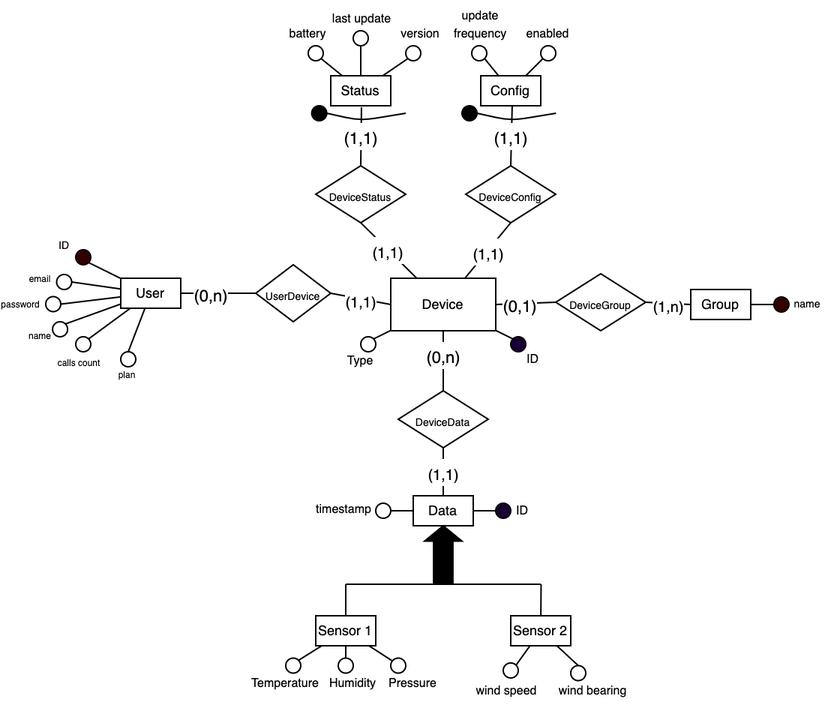
This is documentation/database/er_diagram.png from lucamoroz/iot-dashboard, a draw.io export, as it was before one commit. Source tidied: cells renumbered, new cells last; positions are measured from the earlier drawing's top-left corner, leaving out a move shared by most shapes.
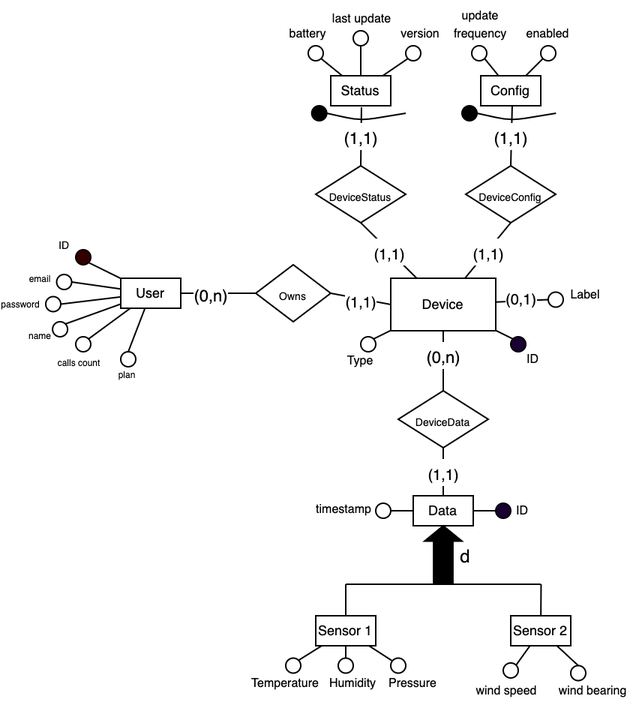
After the change.

What changed in the source:
```diff
@@ -5,7 +5,7 @@
     <mxCell id="2" value="User" style="text;align=center;verticalAlign=middle;spacingLeft=4;spacingRight=4;strokeColor=#000000;fillColor=#ffffff;points=[[0,0.5],[1,0.5]];portConstraint=eastwest;fontSize=9;" parent="1" vertex="1">
       <mxGeometry x="80" y="185" width="40" height="20" as="geometry" />
     </mxCell>
-    <mxCell id="3" value="&lt;font style=&quot;font-size: 7px&quot;&gt;UserDevice&lt;/font&gt;" style="shape=rhombus;strokeWidth=1;fontSize=12;perimeter=rhombusPerimeter;whiteSpace=wrap;html=1;align=center;" parent="1" vertex="1">
+    <mxCell id="3" value="&lt;font style=&quot;font-size: 7px&quot;&gt;Owns&lt;/font&gt;" style="shape=rhombus;strokeWidth=1;fontSize=12;perimeter=rhombusPerimeter;whiteSpace=wrap;html=1;align=center;" parent="1" vertex="1">
       <mxGeometry x="170" y="176" width="50" height="38" as="geometry" />
     </mxCell>
     <mxCell id="4" value="&lt;font style=&quot;font-size: 10px&quot;&gt;(1,1)&lt;/font&gt;" style="endArrow=none;html=1;fontSize=15;exitX=1;exitY=0.5;entryX=0;entryY=0.5;entryDx=0;entryDy=0;" parent="1" edge="1" source="3" target="7">
@@ -32,9 +32,6 @@
     <mxCell id="10" value="Data" style="text;align=center;verticalAlign=middle;spacingLeft=4;spacingRight=4;strokeColor=#000000;fillColor=#ffffff;points=[[0,0.5],[1,0.5]];portConstraint=eastwest;fontSize=9;" parent="1" vertex="1">
       <mxGeometry x="275" y="330" width="40" height="20" as="geometry" />
     </mxCell>
-    <mxCell id="11" value="Group" style="text;align=center;verticalAlign=middle;spacingLeft=4;spacingRight=4;strokeColor=#000000;fillColor=#ffffff;points=[[0,0.5],[1,0.5]];portConstraint=eastwest;fontSize=9;" parent="1" vertex="1">
-      <mxGeometry x="460" y="192.5" width="40" height="20" as="geometry" />
-    </mxCell>
     <mxCell id="12" value="&lt;font style=&quot;font-size: 7px&quot;&gt;DeviceStatus&lt;/font&gt;" style="shape=rhombus;strokeWidth=1;fontSize=12;perimeter=rhombusPerimeter;whiteSpace=wrap;html=1;align=center;" parent="1" vertex="1">
       <mxGeometry x="210" y="110" width="60" height="38" as="geometry" />
     </mxCell>
@@ -47,21 +44,12 @@
     <mxCell id="15" value="&lt;font style=&quot;font-size: 7px&quot;&gt;DeviceConfig&lt;/font&gt;" style="shape=rhombus;strokeWidth=1;fontSize=12;perimeter=rhombusPerimeter;whiteSpace=wrap;html=1;align=center;" parent="1" vertex="1">
       <mxGeometry x="310" y="110" width="60" height="38" as="geometry" />
     </mxCell>
-    <mxCell id="16" value="&lt;font style=&quot;font-size: 10px&quot;&gt;(1,1)&lt;/font&gt;" style="endArrow=none;html=1;fontSize=15;exitX=0.5;exitY=1;exitDx=0;exitDy=0;" parent="1" edge="1" source="15" target="7">
+    <mxCell id="16" value="&lt;span style=&quot;font-size: 10px&quot;&gt;(1,1)&lt;/span&gt;" style="endArrow=none;html=1;fontSize=15;exitX=0.5;exitY=1;exitDx=0;exitDy=0;" parent="1" edge="1" source="15" target="7">
       <mxGeometry relative="1" as="geometry" />
     </mxCell>
     <mxCell id="17" value="&lt;font style=&quot;font-size: 11px&quot;&gt;(1,1)&lt;/font&gt;" style="endArrow=none;html=1;fontSize=15;rounded=0;strokeColor=#000000;entryX=0.5;entryY=0;exitX=0.524;exitY=1.024;exitDx=0;exitDy=0;entryDx=0;entryDy=0;exitPerimeter=0;" parent="1" edge="1" source="9" target="15">
       <mxGeometry x="-0.01" relative="1" as="geometry" />
     </mxCell>
-    <mxCell id="18" value="&lt;font style=&quot;font-size: 7px&quot;&gt;DeviceGroup&lt;/font&gt;" style="shape=rhombus;strokeWidth=1;fontSize=12;perimeter=rhombusPerimeter;whiteSpace=wrap;html=1;align=center;" parent="1" vertex="1">
-      <mxGeometry x="370" y="182" width="60" height="38" as="geometry" />
-    </mxCell>
-    <mxCell id="19" value="&lt;font style=&quot;font-size: 10px&quot;&gt;(1,n)&lt;/font&gt;" style="endArrow=none;html=1;fontSize=15;exitX=1;exitY=0.5;exitDx=0;exitDy=0;entryX=0;entryY=0.5;entryDx=0;entryDy=0;" parent="1" edge="1" source="18" target="11">
-      <mxGeometry relative="1" as="geometry" />
-    </mxCell>
-    <mxCell id="20" value="&lt;font style=&quot;font-size: 11px&quot;&gt;(0,1)&lt;/font&gt;" style="endArrow=none;html=1;fontSize=15;rounded=0;strokeColor=#000000;entryX=0;entryY=0.5;exitX=1;exitY=0.5;exitDx=0;exitDy=0;entryDx=0;entryDy=0;" parent="1" edge="1" source="7" target="18">
-      <mxGeometry x="-0.2" relative="1" as="geometry" />
-    </mxCell>
     <mxCell id="21" style="endArrow=none;html=1;fontSize=15;curved=1;" parent="1" edge="1">
       <mxGeometry relative="1" as="geometry">
         <mxPoint x="310" y="257" as="sourcePoint" />
@@ -201,15 +189,6 @@
     <mxCell id="63" value="&lt;font style=&quot;font-size: 8px&quot;&gt;wind bearing&lt;/font&gt;" style="text;html=1;strokeColor=none;fillColor=none;align=center;verticalAlign=middle;whiteSpace=wrap;rounded=0;fontSize=10;" parent="1" vertex="1">
       <mxGeometry x="370" y="448.2" width="50" height="20" as="geometry" />
     </mxCell>
-    <mxCell id="64" style="ellipse;whiteSpace=wrap;html=1;fontSize=17;fillColor=#330000;" parent="1" vertex="1">
-      <mxGeometry x="515.5" y="197.5" width="10" height="10" as="geometry" />
-    </mxCell>
-    <mxCell id="65" style="endArrow=none;html=1;fontSize=17;entryX=0;entryY=0.5;entryDx=0;entryDy=0;" parent="1" edge="1" source="11" target="64">
-      <mxGeometry relative="1" as="geometry" />
-    </mxCell>
-    <mxCell id="66" value="&lt;span style=&quot;font-size: 7px&quot;&gt;name&lt;/span&gt;" style="text;html=1;strokeColor=none;fillColor=none;align=center;verticalAlign=middle;whiteSpace=wrap;rounded=0;fontSize=10;" parent="1" vertex="1">
-      <mxGeometry x="520" y="195" width="36.4" height="10" as="geometry" />
-    </mxCell>
     <mxCell id="67" style="endArrow=none;html=1;fontSize=17;exitX=1;exitY=1;exitDx=0;exitDy=0;" parent="1" edge="1" source="68" target="8">
       <mxGeometry relative="1" as="geometry" />
     </mxCell>
@@ -313,5 +292,20 @@
         </Array>
       </mxGeometry>
     </mxCell>
+    <mxCell id="98" style="endArrow=none;html=1;fontSize=17;exitX=0;exitY=0.5;exitDx=0;exitDy=0;" parent="1" edge="1" source="99" target="7">
+      <mxGeometry relative="1" as="geometry" />
+    </mxCell>
+    <mxCell id="99" style="ellipse;whiteSpace=wrap;html=1;fontSize=17;fillColor=none;" parent="1" vertex="1">
+      <mxGeometry x="365" y="194.2" width="10" height="10" as="geometry" />
+    </mxCell>
+    <mxCell id="100" value="&lt;font style=&quot;font-size: 8px&quot;&gt;Label&lt;/font&gt;" style="text;html=1;strokeColor=none;fillColor=none;align=center;verticalAlign=middle;whiteSpace=wrap;rounded=0;fontSize=10;" parent="1" vertex="1">
+      <mxGeometry x="370" y="184.2" width="40" height="20" as="geometry" />
+    </mxCell>
+    <mxCell id="20" value="&lt;span style=&quot;color: rgb(0 , 0 , 0) ; font-family: &amp;#34;helvetica&amp;#34; ; font-size: 10px ; font-style: normal ; font-weight: 400 ; letter-spacing: normal ; text-align: center ; text-indent: 0px ; text-transform: none ; word-spacing: 0px ; background-color: rgb(255 , 255 , 255) ; display: inline ; float: none&quot;&gt;(0,1)&lt;/span&gt;" style="text;whiteSpace=wrap;html=1;" parent="1" vertex="1">
+      <mxGeometry x="335" y="185" width="25" height="24" as="geometry" />
+    </mxCell>
+    <mxCell id="101" value="d" style="text;html=1;strokeColor=none;fillColor=none;align=center;verticalAlign=middle;whiteSpace=wrap;rounded=0;" parent="1" vertex="1">
+      <mxGeometry x="295" y="359.5" width="30" height="20" as="geometry" />
+    </mxCell>
   </root>
 </mxGraphModel>
```
